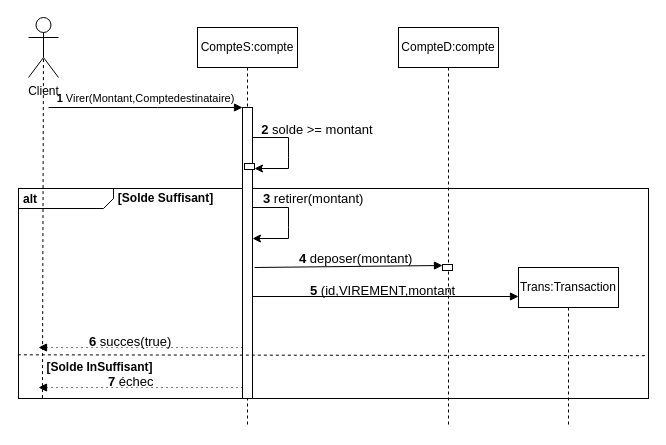
Before: Diagrammes/diagrammeSequence.drawio in rachadelrhilani/Nexabank, a draw.io diagram. Source tidied: cells renumbered, new cells numbered last; positions are measured from the earlier drawing's top-left corner, leaving out a move shared by most shapes. Both pictures are drawn from the tidied source at 100%, with x=0, y=0 at pixel (18, 17).
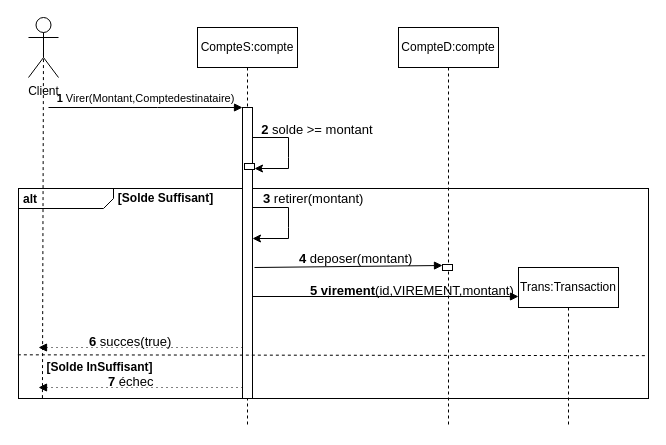
After the change.

The edit, as a diff of the source:
```diff
@@
-    <mxCell id="20" value="&lt;span style=&quot;font-size: 13px; text-wrap-mode: nowrap;&quot;&gt;&lt;b&gt;5 &lt;/b&gt;(id,VIREMENT,montant&lt;/span&gt;" style="text;whiteSpace=wrap;html=1;" parent="1" vertex="1">
-      <mxGeometry x="290" y="259.3" width="118.3" height="19.7" as="geometry" />
+    <mxCell id="20" value="&lt;span style=&quot;font-size: 13px; text-wrap-mode: nowrap;&quot;&gt;&lt;b&gt;5 virement&lt;/b&gt;(id,VIREMENT,montant)&lt;/span&gt;" style="text;whiteSpace=wrap;html=1;" parent="1" vertex="1">
+      <mxGeometry x="290" y="259.3" width="210" height="19.7" as="geometry" />
     </mxCell>
```
